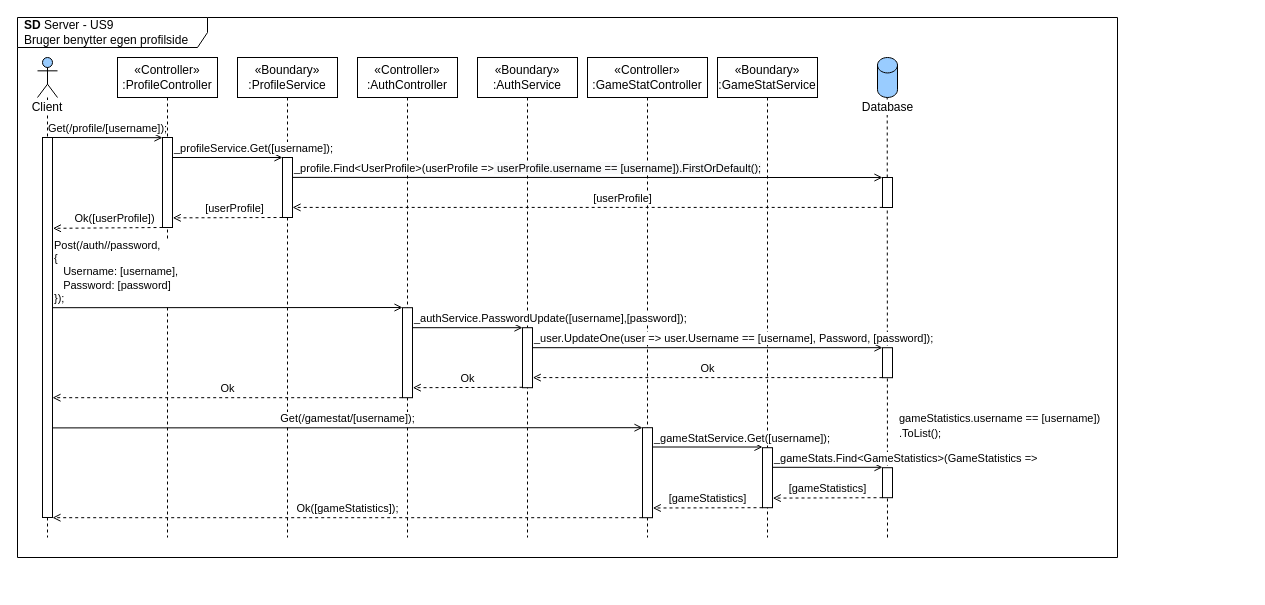
Above: page "SD-Server" (2 of 3) of diagrams/arkitektur/US9_profile.drawio in Macradon/I7BAC-PlugNPlay (draw.io), before the change. Source tidied: cells renumbered, new cells numbered last; positions are measured from the earlier drawing's top-left corner, leaving out a move shared by most shapes. Both pictures are drawn from the tidied source at 100%, with x=0, y=0 at pixel (17, 17).
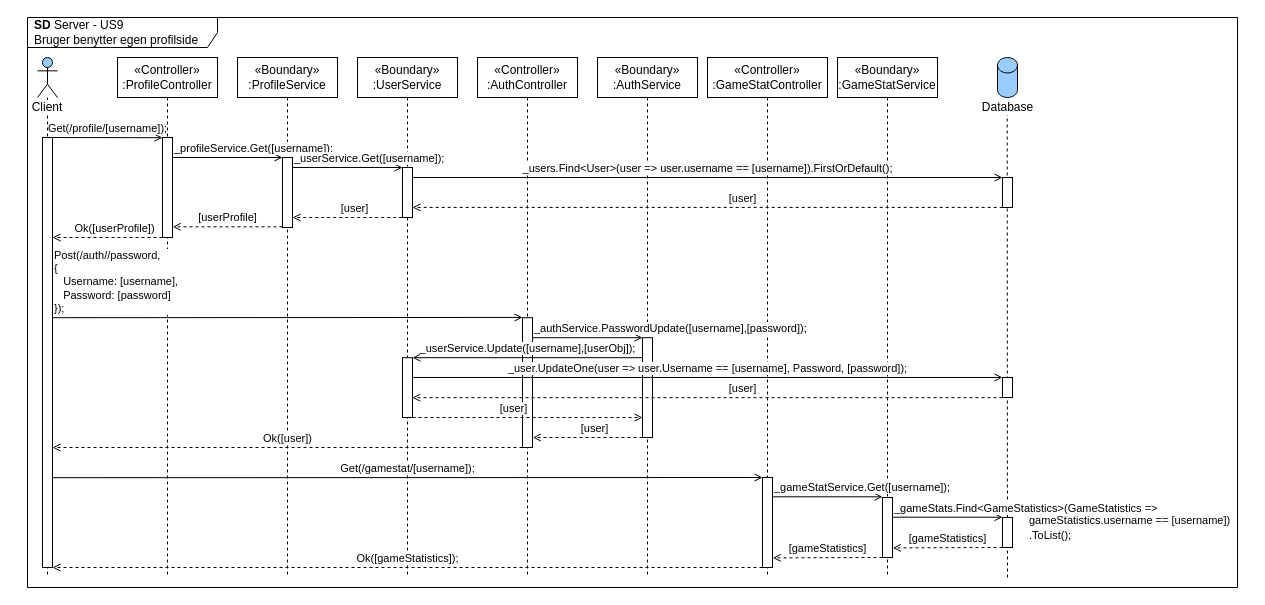
The same diagram, later.

What changed in the source:
```diff
@@
     <mxCell id="2" value="&lt;b&gt;SD&lt;/b&gt;&amp;nbsp;Server - US9&lt;br&gt;Bruger benytter egen profilside" style="shape=umlFrame;whiteSpace=wrap;html=1;width=190;height=30;boundedLbl=1;verticalAlign=middle;align=left;spacingLeft=5;" parent="1" vertex="1">
-      <mxGeometry width="1100" height="540" as="geometry" />
+      <mxGeometry x="10" width="1210" height="570" as="geometry" />
     </mxCell>
     <mxCell id="3" value="Client" style="shape=umlLifeline;participant=umlActor;perimeter=lifelinePerimeter;whiteSpace=wrap;html=1;verticalAlign=top;spacingTop=36;labelBackgroundColor=#ffffff;fillColor=#99CCFF;" parent="1" vertex="1">
-      <mxGeometry x="20" y="40" width="20" height="480" as="geometry" />
+      <mxGeometry x="20" y="40" width="20" height="520" as="geometry" />
     </mxCell>
     <mxCell id="4" value="«Controller»&lt;br&gt;:ProfileController" style="shape=umlLifeline;perimeter=lifelinePerimeter;whiteSpace=wrap;html=1;labelBackgroundColor=#ffffff;" parent="1" vertex="1">
-      <mxGeometry x="100" y="40" width="100" height="480" as="geometry" />
+      <mxGeometry x="100" y="40" width="100" height="520" as="geometry" />
     </mxCell>
     <mxCell id="5" value="«Boundary»&lt;br&gt;:ProfileService" style="shape=umlLifeline;perimeter=lifelinePerimeter;whiteSpace=wrap;html=1;labelBackgroundColor=#ffffff;" parent="1" vertex="1">
-      <mxGeometry x="220" y="40" width="100" height="480" as="geometry" />
+      <mxGeometry x="220" y="40" width="100" height="520" as="geometry" />
     </mxCell>
     <mxCell id="6" style="shape=cylinder3;whiteSpace=wrap;html=1;boundedLbl=1;backgroundOutline=1;size=7.724137931034477;labelBackgroundColor=#ffffff;strokeColor=#000000;fillColor=#99CCFF;fontColor=#000000;" parent="1" vertex="1">
-      <mxGeometry x="860" y="40" width="20" height="40" as="geometry" />
+      <mxGeometry x="980" y="40" width="20" height="40" as="geometry" />
     </mxCell>
     <mxCell id="7" style="endArrow=none;dashed=1;html=1;" parent="1" edge="1">
       <mxGeometry relative="1" as="geometry">
-        <mxPoint x="870" y="520" as="sourcePoint" />
-        <mxPoint x="869.7" y="80" as="targetPoint" />
+        <mxPoint x="990" y="560" as="sourcePoint" />
+        <mxPoint x="989.7" y="80" as="targetPoint" />
       </mxGeometry>
     </mxCell>
     <mxCell id="8" style="html=1;points=[];perimeter=orthogonalPerimeter;labelBackgroundColor=#ffffff;" parent="1" vertex="1">
-      <mxGeometry x="865" y="160" width="10" height="30" as="geometry" />
+      <mxGeometry x="985" y="160" width="10" height="30" as="geometry" />
     </mxCell>
     <mxCell id="9" style="html=1;points=[];perimeter=orthogonalPerimeter;labelBackgroundColor=#ffffff;" parent="1" vertex="1">
-      <mxGeometry x="25" y="120" width="10" height="380" as="geometry" />
+      <mxGeometry x="25" y="120" width="10" height="430" as="geometry" />
     </mxCell>
     <mxCell id="10" style="html=1;points=[];perimeter=orthogonalPerimeter;labelBackgroundColor=#ffffff;" parent="1" vertex="1">
-      <mxGeometry x="145" y="120" width="10" height="90" as="geometry" />
+      <mxGeometry x="145" y="120" width="10" height="100" as="geometry" />
     </mxCell>
     <mxCell id="11" style="html=1;points=[];perimeter=orthogonalPerimeter;labelBackgroundColor=#ffffff;" parent="1" vertex="1">
-      <mxGeometry x="265" y="140" width="10" height="60" as="geometry" />
+      <mxGeometry x="265" y="140" width="10" height="70" as="geometry" />
     </mxCell>
@@
-    <mxCell id="13" value="&lt;span&gt;[userProfile]&lt;/span&gt;" style="html=1;verticalAlign=bottom;endArrow=open;fontColor=#000000;endFill=0;align=center;entryX=1.027;entryY=0.893;entryDx=0;entryDy=0;entryPerimeter=0;dashed=1;" parent="1" edge="1" target="10">
-      <mxGeometry x="-0.12" relative="1" as="geometry">
-        <mxPoint x="265" y="200" as="sourcePoint" />
-      </mxGeometry>
+    <mxCell id="13" value="&lt;span&gt;[userProfile]&lt;/span&gt;" style="html=1;verticalAlign=bottom;endArrow=open;fontColor=#000000;endFill=0;align=center;entryX=1.027;entryY=0.893;entryDx=0;entryDy=0;entryPerimeter=0;dashed=1;" parent="1" edge="1" source="11" target="10">
+      <mxGeometry relative="1" as="geometry" />
     </mxCell>
-    <mxCell id="14" value="&lt;span&gt;Ok([userProfile])&lt;/span&gt;" style="html=1;verticalAlign=bottom;endArrow=open;fontColor=#000000;endFill=0;align=center;entryX=1.041;entryY=0.239;entryDx=0;entryDy=0;entryPerimeter=0;dashed=1;" parent="1" edge="1" target="9">
+    <mxCell id="14" value="&lt;span&gt;Ok([userProfile])&lt;/span&gt;" style="html=1;verticalAlign=bottom;endArrow=open;fontColor=#000000;endFill=0;align=center;dashed=1;" parent="1" edge="1" target="9">
       <mxGeometry x="-0.12" relative="1" as="geometry">
-        <mxPoint x="145" y="210" as="sourcePoint" />
+        <mxPoint x="145" y="220" as="sourcePoint" />
       </mxGeometry>
     </mxCell>
@@
     <mxCell id="16" value="«Controller»&lt;br&gt;:AuthController" style="shape=umlLifeline;perimeter=lifelinePerimeter;whiteSpace=wrap;html=1;labelBackgroundColor=#ffffff;" parent="1" vertex="1">
-      <mxGeometry x="340" y="40" width="100" height="480" as="geometry" />
+      <mxGeometry x="460" y="40" width="100" height="520" as="geometry" />
     </mxCell>
     <mxCell id="17" value="«Boundary»&lt;br&gt;:AuthService" style="shape=umlLifeline;perimeter=lifelinePerimeter;whiteSpace=wrap;html=1;labelBackgroundColor=#ffffff;" parent="1" vertex="1">
-      <mxGeometry x="460" y="40" width="100" height="480" as="geometry" />
+      <mxGeometry x="580" y="40" width="100" height="520" as="geometry" />
     </mxCell>
     <mxCell id="18" value="&lt;div style=&quot;&quot;&gt;Post(/auth//password,&lt;/div&gt;&lt;div style=&quot;&quot;&gt;{&lt;/div&gt;&lt;div style=&quot;&quot;&gt;&amp;nbsp; &amp;nbsp;Username: [username],&lt;br&gt;&amp;nbsp; &amp;nbsp;Password: [password]&lt;/div&gt;&lt;div style=&quot;&quot;&gt;});&lt;/div&gt;" style="html=1;verticalAlign=bottom;endArrow=open;fontColor=#000000;endFill=0;entryX=0.004;entryY=-0.002;entryDx=0;entryDy=0;entryPerimeter=0;align=left;" parent="1" edge="1" target="22">
       <mxGeometry x="-1" relative="1" as="geometry">
-        <mxPoint x="35" y="290.2" as="sourcePoint" />
+        <mxPoint x="35" y="300.2" as="sourcePoint" />
       </mxGeometry>
     </mxCell>
-    <mxCell id="19" value="&lt;span&gt;Ok&lt;/span&gt;" style="html=1;verticalAlign=bottom;endArrow=open;fontColor=#000000;endFill=0;align=center;entryX=1.027;entryY=0.893;entryDx=0;entryDy=0;entryPerimeter=0;exitX=-0.015;exitY=0.997;exitDx=0;exitDy=0;exitPerimeter=0;dashed=1;" parent="1" edge="1" source="24">
-      <mxGeometry relative="1" as="geometry">
-        <mxPoint x="515.3" y="360.1" as="targetPoint" />
-      </mxGeometry>
-    </mxCell>
-    <mxCell id="20" value="&lt;span&gt;Ok&lt;/span&gt;" style="html=1;verticalAlign=bottom;endArrow=open;fontColor=#000000;endFill=0;align=center;entryX=1.027;entryY=0.893;entryDx=0;entryDy=0;entryPerimeter=0;dashed=1;" parent="1" edge="1">
-      <mxGeometry relative="1" as="geometry">
-        <mxPoint x="505" y="369.8" as="sourcePoint" />
-        <mxPoint x="395.3" y="370.2" as="targetPoint" />
-      </mxGeometry>
-    </mxCell>
-    <mxCell id="21" value="&lt;span&gt;Ok&lt;/span&gt;" style="html=1;verticalAlign=bottom;endArrow=open;fontColor=#000000;endFill=0;align=center;dashed=1;" parent="1" edge="1">
+    <mxCell id="21" value="&lt;span&gt;Ok([user])&lt;/span&gt;" style="html=1;verticalAlign=bottom;endArrow=open;fontColor=#000000;endFill=0;align=center;dashed=1;" parent="1" edge="1">
       <mxGeometry relative="1" as="geometry">
-        <mxPoint x="384.7" y="380.2" as="sourcePoint" />
-        <mxPoint x="35" y="380.2" as="targetPoint" />
+        <mxPoint x="505" y="430" as="sourcePoint" />
+        <mxPoint x="35" y="430" as="targetPoint" />
       </mxGeometry>
     </mxCell>
     <mxCell id="22" style="html=1;points=[];perimeter=orthogonalPerimeter;labelBackgroundColor=#ffffff;" parent="1" vertex="1">
-      <mxGeometry x="385" y="290.2" width="10" height="90" as="geometry" />
+      <mxGeometry x="505" y="300.2" width="10" height="129.8" as="geometry" />
     </mxCell>
     <mxCell id="23" style="html=1;points=[];perimeter=orthogonalPerimeter;labelBackgroundColor=#ffffff;" parent="1" vertex="1">
-      <mxGeometry x="505" y="310.2" width="10" height="60" as="geometry" />
+      <mxGeometry x="625" y="320.2" width="10" height="99.8" as="geometry" />
     </mxCell>
     <mxCell id="24" style="html=1;points=[];perimeter=orthogonalPerimeter;labelBackgroundColor=#ffffff;" parent="1" vertex="1">
-      <mxGeometry x="865" y="330.2" width="10" height="30" as="geometry" />
+      <mxGeometry x="985" y="360" width="10" height="20" as="geometry" />
     </mxCell>
     <mxCell id="25" value="«Controller»&lt;br&gt;:GameStatController" style="shape=umlLifeline;perimeter=lifelinePerimeter;whiteSpace=wrap;html=1;labelBackgroundColor=#ffffff;" parent="1" vertex="1">
-      <mxGeometry x="570" y="40" width="120" height="480" as="geometry" />
+      <mxGeometry x="690" y="40" width="120" height="520" as="geometry" />
     </mxCell>
     <mxCell id="26" value="«Boundary»&lt;br&gt;:GameStatService" style="shape=umlLifeline;perimeter=lifelinePerimeter;whiteSpace=wrap;html=1;labelBackgroundColor=#ffffff;" parent="1" vertex="1">
-      <mxGeometry x="700" y="40" width="100" height="480" as="geometry" />
+      <mxGeometry x="820" y="40" width="100" height="520" as="geometry" />
     </mxCell>
-    <mxCell id="27" value="&lt;div style=&quot;text-align: left&quot;&gt;Get(/gamestat/[username]);&lt;/div&gt;" style="html=1;verticalAlign=bottom;endArrow=open;fontColor=#000000;endFill=0;entryX=0.003;entryY=0;entryDx=0;entryDy=0;entryPerimeter=0;" parent="1" edge="1" target="35">
-      <mxGeometry relative="1" as="geometry">
-        <mxPoint x="35" y="410.4" as="sourcePoint" />
-      </mxGeometry>
-    </mxCell>
     <mxCell id="28" value="&lt;span&gt;_gameStatService.Get([username]);&lt;/span&gt;" style="html=1;verticalAlign=bottom;endArrow=open;fontColor=#000000;endFill=0;align=left;entryX=-0.003;entryY=0;entryDx=0;entryDy=0;entryPerimeter=0;" parent="1" edge="1">
       <mxGeometry x="-1" relative="1" as="geometry">
-        <mxPoint x="635" y="429.5" as="sourcePoint" />
-        <mxPoint x="745" y="429.5" as="targetPoint" />
+        <mxPoint x="755" y="479.3" as="sourcePoint" />
+        <mxPoint x="865" y="479.3" as="targetPoint" />
       </mxGeometry>
     </mxCell>
     <mxCell id="29" value="&lt;span&gt;_gameStats.Find&amp;lt;GameStatistics&amp;gt;(GameStatistics =&amp;gt;&amp;nbsp;&lt;/span&gt;" style="html=1;verticalAlign=bottom;endArrow=open;fontColor=#000000;endFill=0;align=left;entryX=-0.003;entryY=0;entryDx=0;entryDy=0;entryPerimeter=0;" parent="1" edge="1">
       <mxGeometry x="-1" relative="1" as="geometry">
-        <mxPoint x="755" y="449.8" as="sourcePoint" />
-        <mxPoint x="865" y="449.8" as="targetPoint" />
+        <mxPoint x="875" y="499.7" as="sourcePoint" />
+        <mxPoint x="985" y="499.7" as="targetPoint" />
       </mxGeometry>
     </mxCell>
     <mxCell id="30" value="&lt;span style=&quot;font-size: 11px ; background-color: rgb(255 , 255 , 255)&quot;&gt;gameStatistics.username == [username])&lt;br&gt;.ToList();&lt;/span&gt;" style="text;html=1;align=left;verticalAlign=middle;" parent="1" vertex="1">
-      <mxGeometry x="880" y="393" width="220" height="30" as="geometry" />
+      <mxGeometry x="1010" y="494.8" width="220" height="30" as="geometry" />
     </mxCell>
     <mxCell id="31" value="Database" style="text;html=1;align=center;verticalAlign=middle;labelBackgroundColor=#ffffff;" parent="1" vertex="1">
-      <mxGeometry x="835" y="80" width="70" height="20" as="geometry" />
+      <mxGeometry x="955" y="80" width="70" height="20" as="geometry" />
     </mxCell>
     <mxCell id="32" value="&lt;span&gt;[gameStatistics]&lt;/span&gt;" style="html=1;verticalAlign=bottom;endArrow=open;fontColor=#000000;endFill=0;align=center;entryX=1.027;entryY=0.893;entryDx=0;entryDy=0;entryPerimeter=0;dashed=1;" parent="1" edge="1">
       <mxGeometry relative="1" as="geometry">
-        <mxPoint x="865" y="480.2" as="sourcePoint" />
-        <mxPoint x="755.3" y="480.6" as="targetPoint" />
+        <mxPoint x="985" y="530" as="sourcePoint" />
+        <mxPoint x="875.3" y="530.4" as="targetPoint" />
       </mxGeometry>
     </mxCell>
     <mxCell id="33" value="&lt;span&gt;[gameStatistics]&lt;/span&gt;" style="html=1;verticalAlign=bottom;endArrow=open;fontColor=#000000;endFill=0;align=center;entryX=1.027;entryY=0.893;entryDx=0;entryDy=0;entryPerimeter=0;dashed=1;" parent="1" edge="1">
       <mxGeometry relative="1" as="geometry">
-        <mxPoint x="745" y="490.2" as="sourcePoint" />
-        <mxPoint x="635.3" y="490.5" as="targetPoint" />
+        <mxPoint x="865" y="540" as="sourcePoint" />
+        <mxPoint x="755.3" y="540.4" as="targetPoint" />
       </mxGeometry>
     </mxCell>
-    <mxCell id="34" value="&lt;span&gt;Ok([gameStatistics]);&lt;/span&gt;" style="html=1;verticalAlign=bottom;endArrow=open;fontColor=#000000;endFill=0;align=center;dashed=1;" parent="1" edge="1">
-      <mxGeometry relative="1" as="geometry">
-        <mxPoint x="624.7" y="500.2" as="sourcePoint" />
-        <mxPoint x="35" y="500.2" as="targetPoint" />
-      </mxGeometry>
-    </mxCell>
     <mxCell id="35" style="html=1;points=[];perimeter=orthogonalPerimeter;labelBackgroundColor=#ffffff;" parent="1" vertex="1">
-      <mxGeometry x="625" y="410.2" width="10" height="90" as="geometry" />
+      <mxGeometry x="745" y="460" width="10" height="90" as="geometry" />
     </mxCell>
     <mxCell id="36" style="html=1;perimeter=orthogonalPerimeter;labelBackgroundColor=#ffffff;" parent="1" vertex="1">
-      <mxGeometry x="745" y="430.2" width="10" height="60" as="geometry" />
+      <mxGeometry x="865" y="480" width="10" height="60" as="geometry" />
     </mxCell>
     <mxCell id="37" style="html=1;perimeter=orthogonalPerimeter;labelBackgroundColor=#ffffff;" parent="1" vertex="1">
-      <mxGeometry x="865" y="450.2" width="10" height="30" as="geometry" />
+      <mxGeometry x="985" y="500" width="10" height="30" as="geometry" />
     </mxCell>
-    <mxCell id="38" value="&lt;span&gt;_user.UpdateOne(user =&amp;gt; user.Username == [username], Password, [password]);&lt;/span&gt;" style="html=1;verticalAlign=bottom;endArrow=open;fontColor=#000000;endFill=0;align=left;entryX=-0.003;entryY=-0.001;entryDx=0;entryDy=0;entryPerimeter=0;" parent="1" edge="1" target="24">
-      <mxGeometry x="-1" relative="1" as="geometry">
-        <mxPoint x="515" y="330.2" as="sourcePoint" />
-      </mxGeometry>
+    <mxCell id="38" value="&lt;span&gt;_user.UpdateOne(user =&amp;gt; user.Username == [username], Password, [password]);&lt;/span&gt;" style="html=1;verticalAlign=bottom;endArrow=open;fontColor=#000000;endFill=0;align=center;entryX=-0.003;entryY=-0.001;entryDx=0;entryDy=0;entryPerimeter=0;" parent="1" edge="1" source="46" target="24">
+      <mxGeometry relative="1" as="geometry" />
     </mxCell>
     <mxCell id="39" value="&lt;span&gt;_authService.PasswordUpdate([username],[password]);&lt;/span&gt;" style="html=1;verticalAlign=bottom;endArrow=open;fontColor=#000000;endFill=0;align=left;entryX=-0.003;entryY=0;entryDx=0;entryDy=0;entryPerimeter=0;" parent="1" edge="1">
       <mxGeometry x="-1" relative="1" as="geometry">
-        <mxPoint x="395" y="310.2" as="sourcePoint" />
-        <mxPoint x="505" y="310.2" as="targetPoint" />
+        <mxPoint x="515" y="320.2" as="sourcePoint" />
+        <mxPoint x="625" y="320.2" as="targetPoint" />
       </mxGeometry>
     </mxCell>
-    <mxCell id="40" value="&lt;span&gt;[userProfile]&lt;/span&gt;" style="html=1;verticalAlign=bottom;endArrow=open;fontColor=#000000;endFill=0;align=center;entryX=1.004;entryY=0.832;entryDx=0;entryDy=0;entryPerimeter=0;exitX=0.019;exitY=0.997;exitDx=0;exitDy=0;exitPerimeter=0;dashed=1;" parent="1" edge="1" source="8" target="11">
+    <mxCell id="40" value="&lt;span&gt;[user]&lt;/span&gt;" style="html=1;verticalAlign=bottom;endArrow=open;fontColor=#000000;endFill=0;align=center;exitX=0.019;exitY=0.997;exitDx=0;exitDy=0;exitPerimeter=0;dashed=1;" parent="1" edge="1" source="8" target="43">
       <mxGeometry x="-0.12" relative="1" as="geometry" />
     </mxCell>
-    <mxCell id="41" value="&lt;span&gt;_profile.Find&amp;lt;UserProfile&amp;gt;(userProfile =&amp;gt;&lt;/span&gt;&lt;span style=&quot;background-color: rgb(248 , 249 , 250)&quot;&gt;&amp;nbsp;userProfile.username == [username])&lt;/span&gt;&lt;span style=&quot;background-color: rgb(248 , 249 , 250)&quot;&gt;.FirstOrDefault();&lt;/span&gt;" style="html=1;verticalAlign=bottom;endArrow=open;fontColor=#000000;endFill=0;align=left;entryX=-0.003;entryY=0.001;entryDx=0;entryDy=0;entryPerimeter=0;" parent="1" edge="1" target="8">
-      <mxGeometry x="-1" relative="1" as="geometry">
-        <mxPoint x="275" y="159.9" as="sourcePoint" />
-      </mxGeometry>
+    <mxCell id="41" value="&lt;span&gt;_users.Find&amp;lt;User&amp;gt;(user =&amp;gt;&lt;/span&gt;&lt;span style=&quot;background-color: rgb(248 , 249 , 250)&quot;&gt;&amp;nbsp;user.username == [username])&lt;/span&gt;&lt;span style=&quot;background-color: rgb(248 , 249 , 250)&quot;&gt;.FirstOrDefault();&lt;/span&gt;" style="html=1;verticalAlign=bottom;endArrow=open;fontColor=#000000;endFill=0;align=center;entryX=-0.003;entryY=0.001;entryDx=0;entryDy=0;entryPerimeter=0;" parent="1" edge="1" source="43" target="8">
+      <mxGeometry relative="1" as="geometry" />
     </mxCell>
+    <mxCell id="42" value="«Boundary»&lt;br&gt;:UserService" style="shape=umlLifeline;perimeter=lifelinePerimeter;whiteSpace=wrap;html=1;labelBackgroundColor=#ffffff;" parent="1" vertex="1">
+      <mxGeometry x="340" y="40" width="100" height="520" as="geometry" />
+    </mxCell>
+    <mxCell id="43" style="html=1;points=[];perimeter=orthogonalPerimeter;labelBackgroundColor=#ffffff;" parent="1" vertex="1">
+      <mxGeometry x="385" y="150" width="10" height="50" as="geometry" />
+    </mxCell>
+    <mxCell id="44" value="&lt;span&gt;_userService.Get([username]);&lt;/span&gt;" style="html=1;verticalAlign=bottom;endArrow=open;fontColor=#000000;endFill=0;align=left;entryX=-0.003;entryY=0;entryDx=0;entryDy=0;entryPerimeter=0;" parent="1" edge="1">
+      <mxGeometry x="-1" relative="1" as="geometry">
+        <mxPoint x="275" y="150" as="sourcePoint" />
+        <mxPoint x="385" y="150" as="targetPoint" />
+      </mxGeometry>
+    </mxCell>
+    <mxCell id="45" value="&lt;span&gt;[user]&lt;/span&gt;" style="html=1;verticalAlign=bottom;endArrow=open;fontColor=#000000;endFill=0;align=center;entryX=1.027;entryY=0.893;entryDx=0;entryDy=0;entryPerimeter=0;dashed=1;" parent="1" edge="1">
+      <mxGeometry x="-0.12" relative="1" as="geometry">
+        <mxPoint x="384.7" y="200" as="sourcePoint" />
+        <mxPoint x="275" y="200" as="targetPoint" />
+      </mxGeometry>
+    </mxCell>
+    <mxCell id="34" value="&lt;span&gt;Ok([gameStatistics]);&lt;/span&gt;" style="html=1;verticalAlign=bottom;endArrow=open;fontColor=#000000;endFill=0;align=center;dashed=1;" parent="1" edge="1" source="35">
+      <mxGeometry relative="1" as="geometry">
+        <mxPoint x="35" y="550" as="targetPoint" />
+      </mxGeometry>
+    </mxCell>
+    <mxCell id="27" value="&lt;div style=&quot;text-align: left&quot;&gt;Get(/gamestat/[username]);&lt;/div&gt;" style="html=1;verticalAlign=bottom;endArrow=open;fontColor=#000000;endFill=0;entryX=0.003;entryY=0;entryDx=0;entryDy=0;entryPerimeter=0;" parent="1" edge="1" target="35">
+      <mxGeometry relative="1" as="geometry">
+        <mxPoint x="35" y="460.2" as="sourcePoint" />
+      </mxGeometry>
+    </mxCell>
+    <mxCell id="46" style="html=1;points=[];perimeter=orthogonalPerimeter;labelBackgroundColor=#ffffff;" parent="1" vertex="1">
+      <mxGeometry x="385" y="340.2" width="10" height="59.8" as="geometry" />
+    </mxCell>
+    <mxCell id="47" value="&lt;span&gt;_userService.Update([username],[userObj]);&lt;/span&gt;" style="html=1;verticalAlign=bottom;endArrow=open;fontColor=#000000;endFill=0;align=center;" parent="1" edge="1" target="46">
+      <mxGeometry relative="1" as="geometry">
+        <mxPoint x="625" y="340.2" as="sourcePoint" />
+      </mxGeometry>
+    </mxCell>
+    <mxCell id="48" value="&lt;span&gt;[user]&lt;/span&gt;" style="html=1;verticalAlign=bottom;endArrow=open;fontColor=#000000;endFill=0;align=center;exitX=0.019;exitY=0.997;exitDx=0;exitDy=0;exitPerimeter=0;dashed=1;" parent="1" edge="1">
+      <mxGeometry x="-0.12" relative="1" as="geometry">
+        <mxPoint x="985" y="380.2" as="sourcePoint" />
+        <mxPoint x="394.8" y="380.2" as="targetPoint" />
+      </mxGeometry>
+    </mxCell>
+    <mxCell id="49" value="&lt;span&gt;[user]&lt;/span&gt;" style="html=1;verticalAlign=bottom;endArrow=open;fontColor=#000000;endFill=0;align=center;dashed=1;" parent="1" edge="1" target="23">
+      <mxGeometry x="-0.12" relative="1" as="geometry">
+        <mxPoint x="395" y="400" as="sourcePoint" />
+      </mxGeometry>
+    </mxCell>
+    <mxCell id="50" value="&lt;span&gt;[user]&lt;/span&gt;" style="html=1;verticalAlign=bottom;endArrow=open;fontColor=#000000;endFill=0;align=center;entryX=1.027;entryY=0.893;entryDx=0;entryDy=0;entryPerimeter=0;dashed=1;" parent="1" edge="1">
+      <mxGeometry x="-0.12" relative="1" as="geometry">
+        <mxPoint x="625" y="420" as="sourcePoint" />
+        <mxPoint x="515.3" y="420" as="targetPoint" />
+      </mxGeometry>
+    </mxCell>
```
